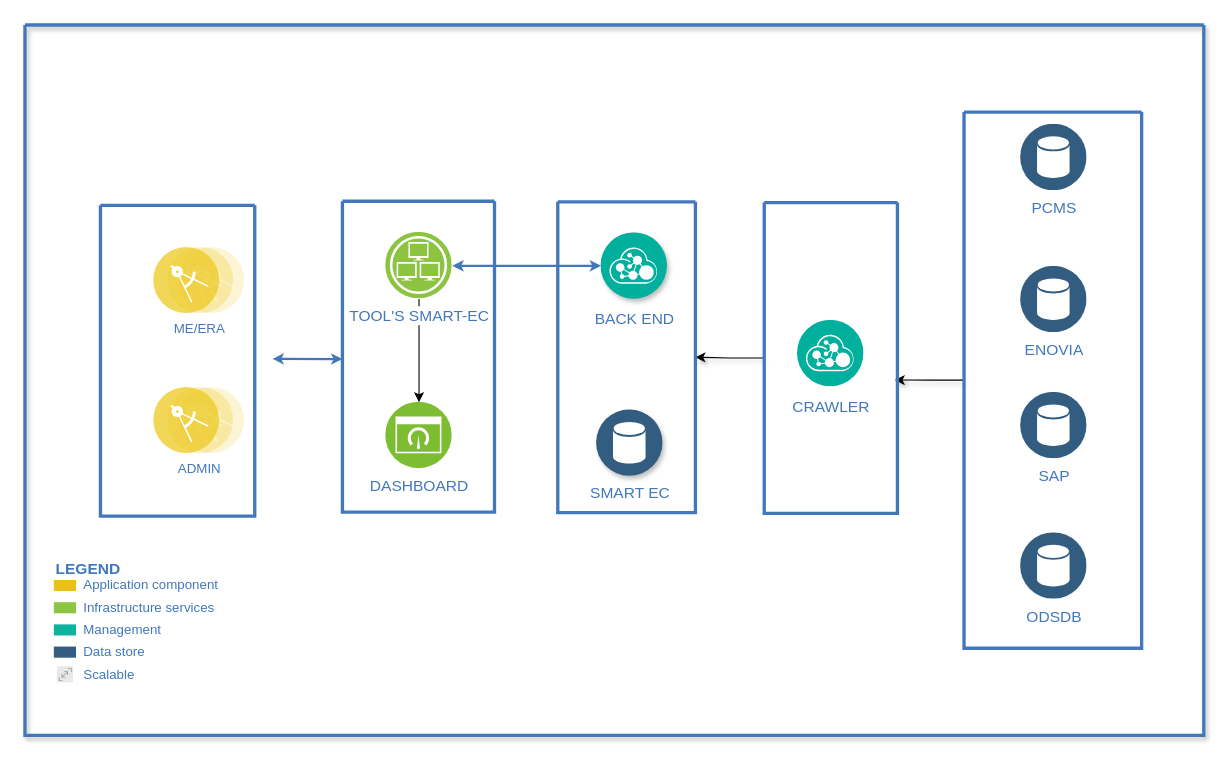
The draw.io diagram Untitled Diagram.drawio in josefrenzy/https-github.com-open-toolchain-dra-toolchain-demo, before the edit. Source tidied: cells renumbered, new cells numbered last; positions are measured from the earlier drawing's top-left corner, leaving out a move shared by most shapes. Both pictures are drawn from the tidied source at 111%, with x=0, y=0 at pixel (24, 24).
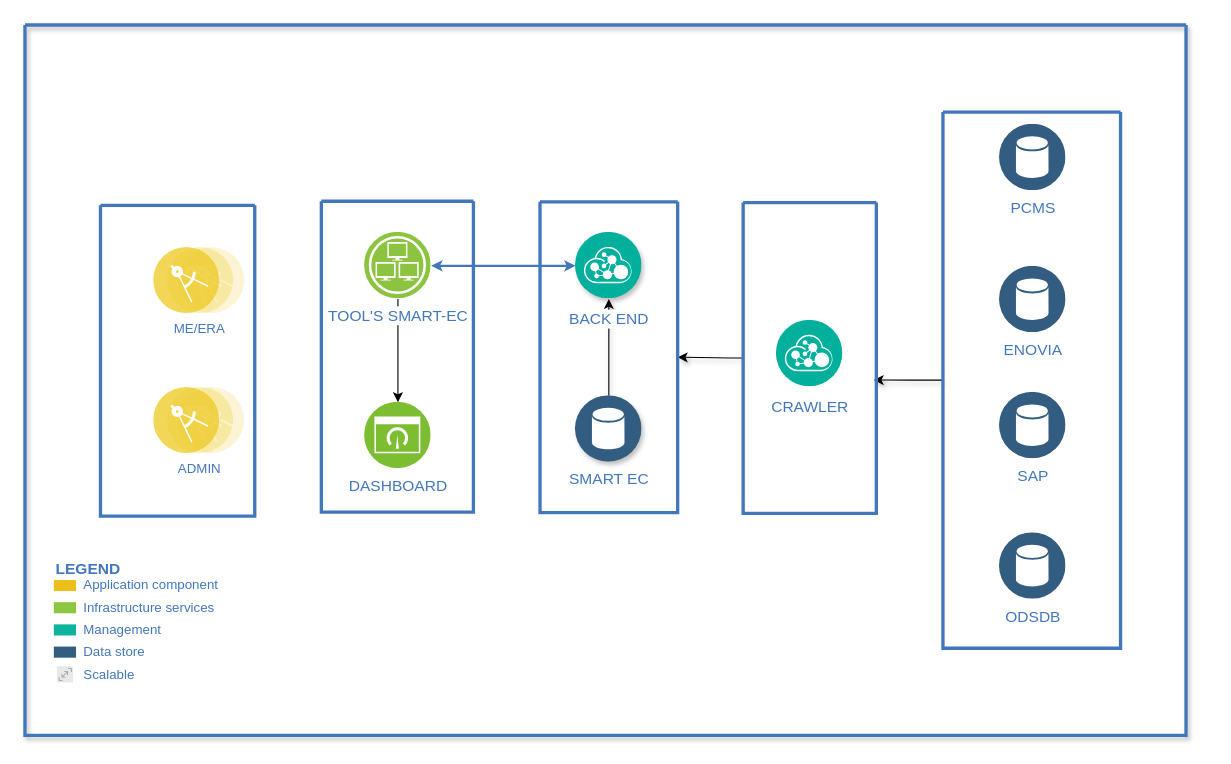
The same diagram, later.

Diff of the diagram source:
```diff
@@
     <mxCell id="2" style="swimlane;shadow=1;strokeColor=#4277BB;fillColor=#ffffff;fontColor=#4277BB;align=right;startSize=0;strokeWidth=3;" parent="1" vertex="1">
-      <mxGeometry width="1062" height="640" as="geometry" />
+      <mxGeometry width="1046" height="640" as="geometry" />
     </mxCell>
@@
-    <mxCell id="4" style="edgeStyle=elbowEdgeStyle;rounded=0;elbow=vertical;html=1;labelBackgroundColor=#ffffff;startArrow=classic;startFill=1;startSize=4;endArrow=classic;endFill=1;endSize=4;jettySize=auto;strokeColor=#4277BB;strokeWidth=2;fontSize=14;fontColor=#4277BB;" parent="2" edge="1" target="8">
-      <mxGeometry relative="1" as="geometry">
-        <mxPoint x="223" y="300.8" as="sourcePoint" />
-      </mxGeometry>
-    </mxCell>
@@
     <mxCell id="8" style="swimlane;shadow=0;strokeColor=#4277BB;fillColor=#ffffff;fontColor=#4277BB;align=right;startSize=0;strokeWidth=3;" parent="2" vertex="1">
-      <mxGeometry x="286" y="158.8" width="137" height="280" as="geometry" />
+      <mxGeometry x="267" y="158.8" width="137" height="280" as="geometry" />
     </mxCell>
@@
     <mxCell id="13" style="swimlane;shadow=0;strokeColor=#4277BB;fillColor=#ffffff;fontColor=#4277BB;align=right;startSize=0;strokeWidth=3;" parent="2" vertex="1">
-      <mxGeometry x="846" y="78.5" width="160" height="483" as="geometry" />
+      <mxGeometry x="827" y="78.5" width="160" height="483" as="geometry" />
     </mxCell>
@@
     <mxCell id="19" style="edgeStyle=orthogonalEdgeStyle;rounded=0;jettySize=auto;html=1;exitX=0;exitY=0.5;exitDx=0;exitDy=0;entryX=1;entryY=0.5;entryDx=0;entryDy=0;shadow=1;" parent="2" edge="1" source="20" target="22">
-      <mxGeometry relative="1" as="geometry" />
+      <mxGeometry relative="1" as="geometry">
+        <Array as="points">
+          <mxPoint x="635" y="300" />
+        </Array>
+      </mxGeometry>
     </mxCell>
     <mxCell id="20" style="swimlane;shadow=0;strokeColor=#4277BB;fillColor=#ffffff;fontColor=#4277BB;align=right;startSize=0;strokeWidth=3;" parent="2" vertex="1">
-      <mxGeometry x="666" y="160" width="120" height="280" as="geometry" />
+      <mxGeometry x="647" y="160" width="120" height="280" as="geometry" />
     </mxCell>
@@
     <mxCell id="22" style="swimlane;shadow=0;strokeColor=#4277BB;fillColor=#ffffff;fontColor=#4277BB;align=right;startSize=0;strokeWidth=3;" parent="2" vertex="1">
-      <mxGeometry x="480" y="159.3" width="124" height="280" as="geometry" />
+      <mxGeometry x="464" y="159.3" width="124" height="280" as="geometry" />
     </mxCell>
+    <mxCell id="32" style="edgeStyle=orthogonalEdgeStyle;rounded=0;jettySize=auto;html=1;exitX=0.5;exitY=0;exitDx=0;exitDy=0;shadow=1;" parent="22" edge="1" source="23" target="24">
+      <mxGeometry relative="1" as="geometry" />
+    </mxCell>
     <mxCell id="23" value="SMART EC" style="perimeter=ellipsePerimeter;html=1;align=center;shadow=1;dashed=0;image;image=img/lib/ibm/data/data_services.svg;rounded=1;labelBackgroundColor=#ffffff;strokeColor=#666666;strokeWidth=3;fillColor=#C2952D;gradientColor=none;fontSize=14;fontColor=#4277BB;" parent="22" vertex="1">
-      <mxGeometry x="35" y="187.5" width="60" height="60" as="geometry" />
+      <mxGeometry x="32" y="174.7" width="60" height="60" as="geometry" />
     </mxCell>
     <mxCell id="24" value="BACK END" style="perimeter=ellipsePerimeter;html=1;align=center;shadow=1;dashed=0;image;image=img/lib/ibm/management/api_management.svg;rounded=1;labelBackgroundColor=#ffffff;strokeColor=#666666;strokeWidth=3;fillColor=#C2952D;gradientColor=none;fontSize=14;fontColor=#4277BB;spacingTop=3;" parent="22" vertex="1">
-      <mxGeometry x="39" y="28" width="60" height="60" as="geometry" />
+      <mxGeometry x="32" y="27.5" width="60" height="60" as="geometry" />
     </mxCell>
```
